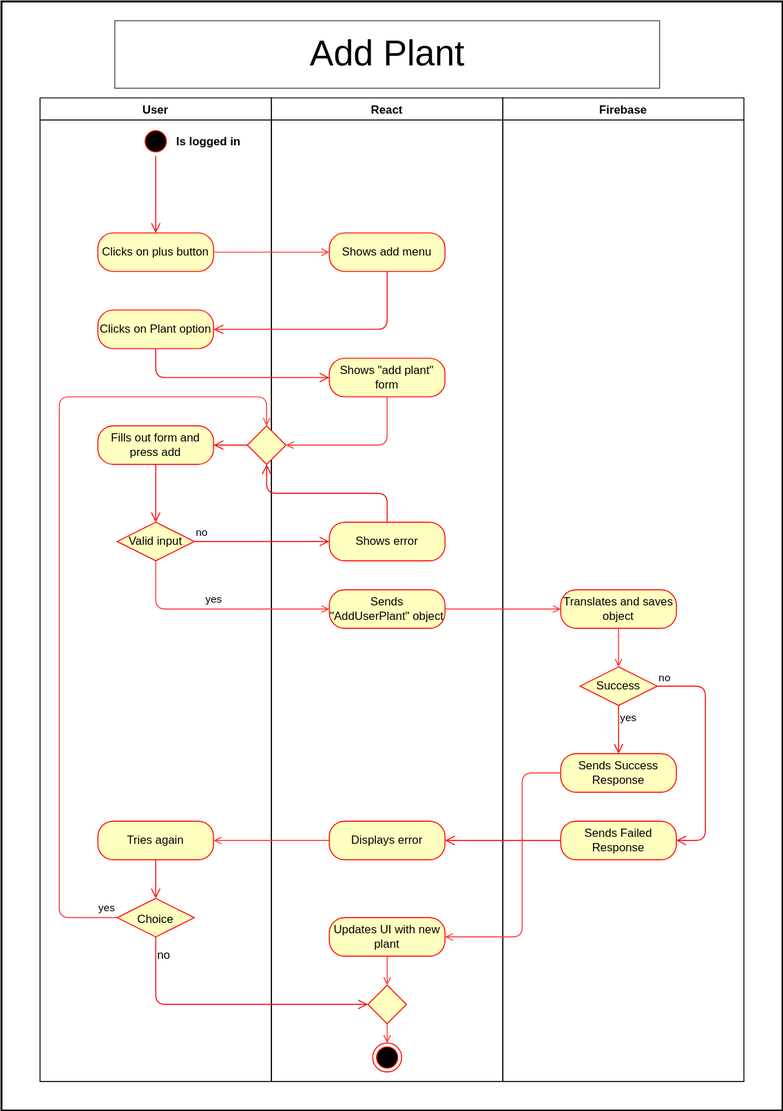
Before: docs/assets/svg/useCaseDiagrams/addPlant.drawio.svg, a diagram exported from draw.io (Green-Fingers-App/gardeningApp). Source tidied: cells renumbered, new cells last; positions are measured from the earlier drawing's top-left corner, leaving out a move shared by most shapes.
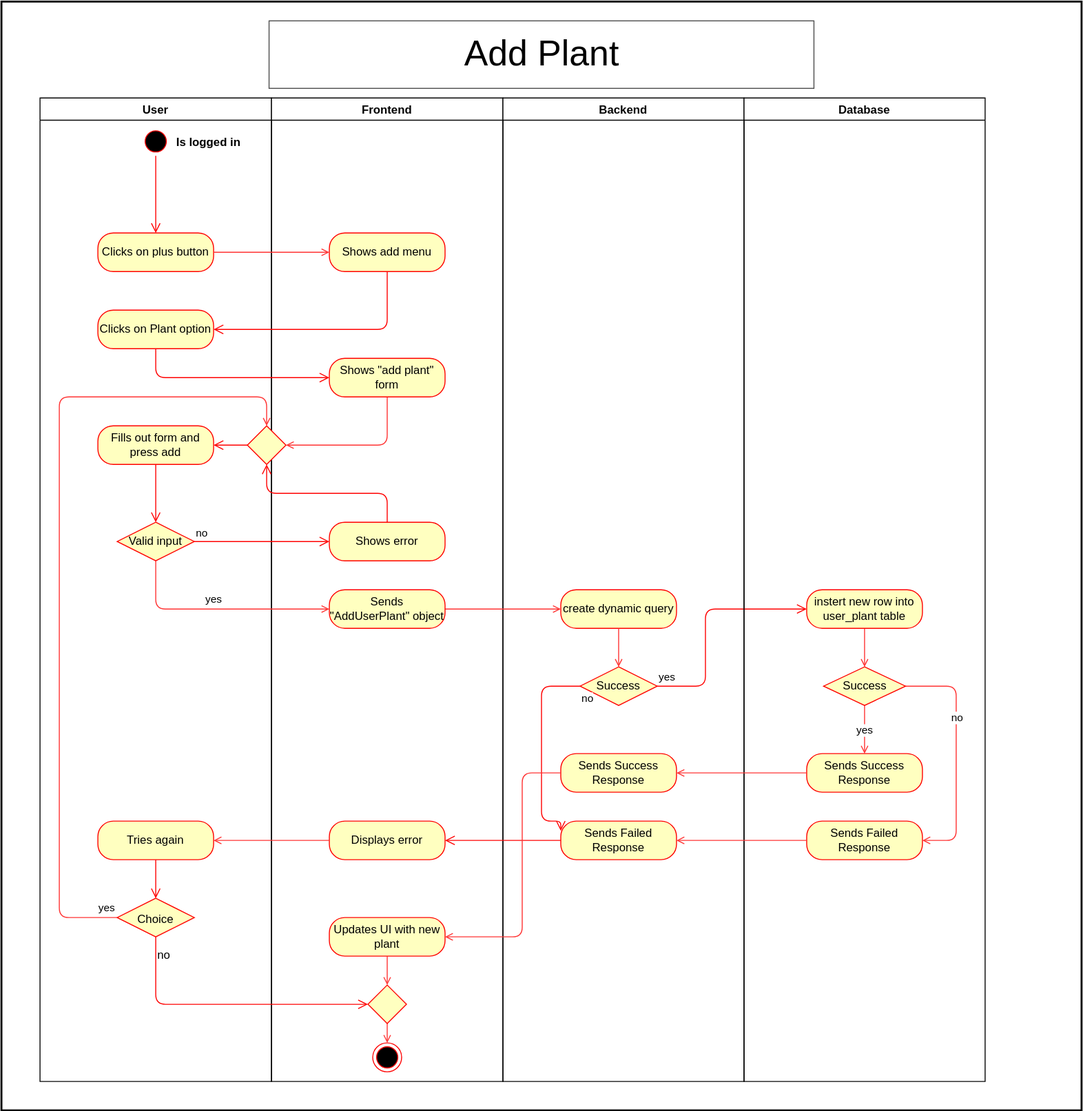
Above is the later version.

Diff of the diagram source:
```diff
@@ -3,7 +3,7 @@
     <mxCell id="0" />
     <mxCell id="1" parent="0" />
     <mxCell id="2" style="rounded=0;whiteSpace=wrap;html=1;strokeColor=#000000;fillColor=#FFFFFF;strokeWidth=2;" parent="1" vertex="1">
-      <mxGeometry width="810" height="1150" as="geometry" />
+      <mxGeometry width="1120" height="1150" as="geometry" />
     </mxCell>
     <mxCell id="3" value="User" style="swimlane;strokeColor=#050505;fillColor=#FFFFFF;fontColor=#000000;" parent="1" vertex="1">
       <mxGeometry x="40" y="100" width="240" height="1020" as="geometry" />
@@ -23,7 +23,7 @@
     <mxCell id="8" value="&lt;font style=&quot;font-size: 12px;&quot;&gt;Choice&lt;/font&gt;" style="rhombus;whiteSpace=wrap;html=1;fillColor=#ffffc0;strokeColor=#ff0000;fontSize=18;" parent="3" vertex="1">
       <mxGeometry x="80" y="830" width="80" height="40" as="geometry" />
     </mxCell>
-    <mxCell id="9" value="React" style="swimlane;strokeColor=#050505;fillColor=#FFFFFF;fontColor=#050505;startSize=23;" parent="1" vertex="1">
+    <mxCell id="9" value="Frontend" style="swimlane;strokeColor=#050505;fillColor=#FFFFFF;fontColor=#050505;startSize=23;" parent="1" vertex="1">
       <mxGeometry x="280" y="100" width="240" height="1020" as="geometry" />
     </mxCell>
     <mxCell id="10" style="rounded=0;whiteSpace=wrap;html=1;strokeColor=#FFFFFF;fillColor=#FFFFFF;" parent="9" vertex="1">
@@ -50,10 +50,10 @@
     <mxCell id="17" style="rhombus;whiteSpace=wrap;html=1;fillColor=#ffffc0;strokeColor=#ff0000;direction=south;" parent="9" vertex="1">
       <mxGeometry x="100" y="920" width="40" height="40" as="geometry" />
     </mxCell>
-    <mxCell id="18" value="Firebase" style="swimlane;strokeColor=#050505;fillColor=#FFFFFF;fontColor=#050505;" parent="1" vertex="1">
+    <mxCell id="18" value="Backend" style="swimlane;strokeColor=#050505;fillColor=#FFFFFF;fontColor=#050505;" parent="1" vertex="1">
       <mxGeometry x="520" y="100" width="250" height="1020" as="geometry" />
     </mxCell>
-    <mxCell id="19" value="Translates and saves object" style="rounded=1;whiteSpace=wrap;html=1;arcSize=40;fontColor=#000000;fillColor=#ffffc0;strokeColor=#ff0000;" parent="18" vertex="1">
+    <mxCell id="19" value="create dynamic query" style="rounded=1;whiteSpace=wrap;html=1;arcSize=40;fontColor=#000000;fillColor=#ffffc0;strokeColor=#ff0000;" parent="18" vertex="1">
       <mxGeometry x="60" y="510" width="120" height="40" as="geometry" />
     </mxCell>
     <mxCell id="20" value="Sends Success Response" style="rounded=1;whiteSpace=wrap;html=1;arcSize=40;fontColor=#000000;fillColor=#ffffc0;strokeColor=#ff0000;" parent="18" vertex="1">
@@ -138,16 +138,22 @@
     <mxCell id="38" value="Success" style="rhombus;whiteSpace=wrap;html=1;fillColor=#ffffc0;strokeColor=#ff0000;" parent="1" vertex="1">
       <mxGeometry x="600" y="690" width="80" height="40" as="geometry" />
     </mxCell>
-    <mxCell id="39" value="no" style="edgeStyle=orthogonalEdgeStyle;html=1;align=left;verticalAlign=bottom;endArrow=open;endSize=8;strokeColor=#ff0000;entryX=1;entryY=0.5;entryDx=0;entryDy=0;" parent="1" edge="1" source="38" target="21">
+    <mxCell id="39" value="yes" style="edgeStyle=orthogonalEdgeStyle;html=1;align=left;verticalAlign=bottom;endArrow=open;endSize=8;strokeColor=#ff0000;entryX=0;entryY=0.5;entryDx=0;entryDy=0;" parent="1" edge="1" source="38" target="53">
       <mxGeometry x="-1" relative="1" as="geometry">
         <Array as="points">
           <mxPoint x="730" y="710" />
-          <mxPoint x="730" y="870" />
+          <mxPoint x="730" y="630" />
         </Array>
       </mxGeometry>
     </mxCell>
-    <mxCell id="40" value="yes" style="edgeStyle=orthogonalEdgeStyle;html=1;align=left;verticalAlign=top;endArrow=open;endSize=8;strokeColor=#ff0000;" parent="1" edge="1" source="38" target="20">
-      <mxGeometry x="-1" relative="1" as="geometry" />
+    <mxCell id="40" value="no&lt;div&gt;&lt;br&gt;&lt;/div&gt;" style="edgeStyle=orthogonalEdgeStyle;html=1;align=left;verticalAlign=top;endArrow=open;endSize=8;strokeColor=#ff0000;entryX=0;entryY=0.25;entryDx=0;entryDy=0;" parent="1" edge="1" source="38" target="21">
+      <mxGeometry x="-1" relative="1" as="geometry">
+        <Array as="points">
+          <mxPoint x="560" y="710" />
+          <mxPoint x="560" y="850" />
+          <mxPoint x="580" y="850" />
+        </Array>
+      </mxGeometry>
     </mxCell>
     <mxCell id="41" style="edgeStyle=none;html=1;entryX=0.5;entryY=0;entryDx=0;entryDy=0;strokeColor=#FF3333;endArrow=open;endFill=0;" parent="1" edge="1" source="19" target="38">
       <mxGeometry relative="1" as="geometry" />
@@ -192,7 +198,45 @@
       <mxGeometry relative="1" as="geometry" />
     </mxCell>
     <mxCell id="50" value="&lt;font style=&quot;background-color: rgb(255, 255, 255); font-size: 37px;&quot; color=&quot;#000000&quot;&gt;Add Plant&lt;/font&gt;" style="rounded=0;whiteSpace=wrap;html=1;fillColor=#FFFFFF;strokeColor=#4D4D4D;" parent="1" vertex="1">
-      <mxGeometry x="117.5" y="20" width="565" height="70" as="geometry" />
+      <mxGeometry x="277.5" y="20" width="565" height="70" as="geometry" />
     </mxCell>
+    <mxCell id="51" value="Database" style="swimlane;strokeColor=#050505;fillColor=#FFFFFF;fontColor=#050505;" parent="1" vertex="1">
+      <mxGeometry x="770" y="100" width="250" height="1020" as="geometry" />
+    </mxCell>
+    <mxCell id="52" style="edgeStyle=none;html=1;entryX=0.5;entryY=0;entryDx=0;entryDy=0;strokeColor=#FF3333;endArrow=open;endFill=0;" parent="51" edge="1" source="53" target="59">
+      <mxGeometry relative="1" as="geometry" />
+    </mxCell>
+    <mxCell id="53" value="instert new row into user_plant table" style="rounded=1;whiteSpace=wrap;html=1;arcSize=40;fontColor=#000000;fillColor=#ffffc0;strokeColor=#ff0000;" parent="51" vertex="1">
+      <mxGeometry x="65" y="510" width="120" height="40" as="geometry" />
+    </mxCell>
+    <mxCell id="54" value="Sends Success Response" style="rounded=1;whiteSpace=wrap;html=1;arcSize=40;fontColor=#000000;fillColor=#ffffc0;strokeColor=#ff0000;" parent="51" vertex="1">
+      <mxGeometry x="65" y="680" width="120" height="40" as="geometry" />
+    </mxCell>
+    <mxCell id="55" value="Sends Failed Response" style="rounded=1;whiteSpace=wrap;html=1;arcSize=40;fontColor=#000000;fillColor=#ffffc0;strokeColor=#ff0000;" parent="51" vertex="1">
+      <mxGeometry x="65" y="750" width="120" height="40" as="geometry" />
+    </mxCell>
+    <mxCell id="56" value="yes" style="edgeStyle=none;html=1;entryX=0.5;entryY=0;entryDx=0;entryDy=0;exitX=0.5;exitY=1;exitDx=0;exitDy=0;strokeColor=#FF3333;endArrow=open;endFill=0;" parent="51" edge="1" source="59" target="54">
+      <mxGeometry relative="1" as="geometry" />
+    </mxCell>
+    <mxCell id="57" style="edgeStyle=none;html=1;entryX=1;entryY=0.5;entryDx=0;entryDy=0;strokeColor=#FF3333;endArrow=open;endFill=0;" parent="51" edge="1" source="59" target="55">
+      <mxGeometry relative="1" as="geometry">
+        <Array as="points">
+          <mxPoint x="220" y="610" />
+          <mxPoint x="220" y="770" />
+        </Array>
+      </mxGeometry>
+    </mxCell>
+    <mxCell id="58" value="no" style="edgeLabel;html=1;align=center;verticalAlign=middle;" parent="57" vertex="1">
+      <mxGeometry x="-0.31" relative="1" as="geometry" />
+    </mxCell>
+    <mxCell id="59" value="Success" style="rhombus;whiteSpace=wrap;html=1;fillColor=#ffffc0;strokeColor=#ff0000;" parent="51" vertex="1">
+      <mxGeometry x="82.5" y="590" width="85" height="40" as="geometry" />
+    </mxCell>
+    <mxCell id="60" style="edgeStyle=none;html=1;endArrow=open;endFill=0;strokeColor=#FF3333;" parent="1" edge="1" source="55" target="21">
+      <mxGeometry relative="1" as="geometry" />
+    </mxCell>
+    <mxCell id="61" style="edgeStyle=none;html=1;strokeColor=#FF3333;endArrow=open;endFill=0;" parent="1" edge="1" source="54" target="20">
+      <mxGeometry relative="1" as="geometry" />
+    </mxCell>
   </root>
 </mxGraphModel>
```
